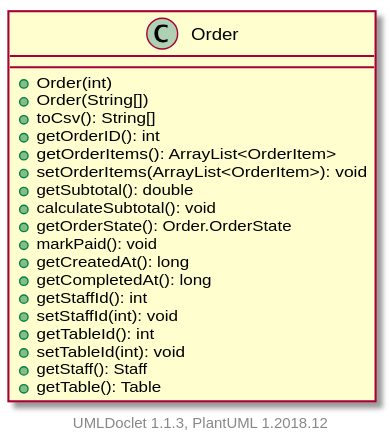
itachi1706/How-to-use-Git-NTUSCSE1819-Site keeps this PlantUML diagram as projects/oodp/html/umlversion/uml/sg.edu.ntu.scse.cz2002.features.Order.svg. Above is the earlier version. Source of this version:
```plantuml
@startuml

    class Order {
        +Order(int)
        +Order(String[])
        +toCsv(): String[]
        +getOrderID(): int
        +getOrderItems(): ArrayList<OrderItem>
        +setOrderItems(ArrayList<OrderItem>): void
        +getSubtotal(): double
        +calculateSubtotal(): void
        +getOrderState(): Order.OrderState
        +markPaid(): void
        +getCreatedAt(): long
        +getCompletedAt(): long
        +getStaffId(): int
        +setStaffId(int): void
        +getTableId(): int
        +setTableId(int): void
        +getStaff(): Staff
        +getTable(): Table
    }


    center footer UMLDoclet 1.1.3, PlantUML 1.2018.12
@enduml
```
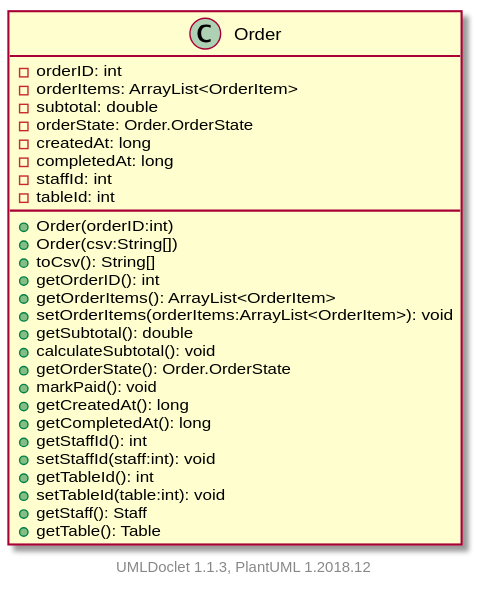
The same diagram one commit later.

The edit, as a diff of the source:
```diff
@@ -1,12 +1,20 @@
 @startuml
 
-    class Order {
-        +Order(int)
-        +Order(String[])
+    class Order [[../sg/edu/ntu/scse/cz2002/features/Order.html]] {
+        -orderID: int
+        -orderItems: ArrayList<OrderItem>
+        -subtotal: double
+        -orderState: Order.OrderState
+        -createdAt: long
+        -completedAt: long
+        -staffId: int
+        -tableId: int
+        +Order(orderID:int)
+        +Order(csv:String[])
         +toCsv(): String[]
         +getOrderID(): int
         +getOrderItems(): ArrayList<OrderItem>
-        +setOrderItems(ArrayList<OrderItem>): void
+        +setOrderItems(orderItems:ArrayList<OrderItem>): void
         +getSubtotal(): double
         +calculateSubtotal(): void
         +getOrderState(): Order.OrderState
@@ -14,9 +22,9 @@
         +getCreatedAt(): long
         +getCompletedAt(): long
         +getStaffId(): int
-        +setStaffId(int): void
+        +setStaffId(staff:int): void
         +getTableId(): int
-        +setTableId(int): void
+        +setTableId(table:int): void
         +getStaff(): Staff
         +getTable(): Table
     }
```
